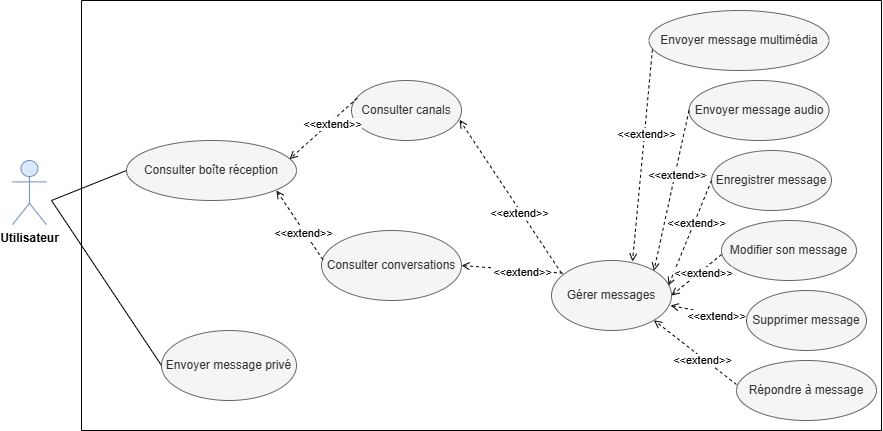
Above: Images/Diagramme cas d'utilisationMessagerie.png in rihab-dev/Rapport-PFE (draw.io), before the change. Source tidied: cells renumbered, new cells last; positions are measured from the earlier drawing's top-left corner, leaving out a move shared by most shapes.
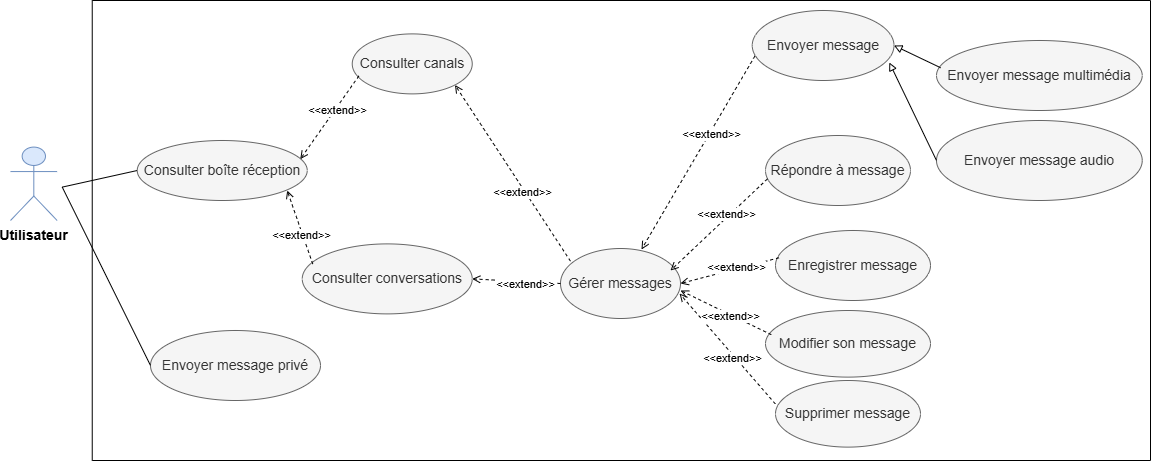
After the commit.

Diff of the diagram source:
```diff
@@ -2,118 +2,129 @@
   <root>
     <mxCell id="0" />
     <mxCell id="1" parent="0" />
-    <mxCell id="2" style="swimlane;startSize=0;" parent="1" vertex="1">
-      <mxGeometry x="69" width="800" height="430" as="geometry" />
-    </mxCell>
+    <mxCell id="37" style="swimlane;startSize=0;" parent="1" vertex="1">
+      <mxGeometry x="81.7" y="13.4" width="1058.3" height="460" as="geometry" />
+    </mxCell>
-    <mxCell id="3" value="Consulter canals" style="ellipse;whiteSpace=wrap;html=1;fillColor=#f5f5f5;fontColor=#333333;strokeColor=#666666;" parent="2" vertex="1">
-      <mxGeometry x="270" y="80" width="110" height="60" as="geometry" />
+    <mxCell id="3" value="&lt;font style=&quot;font-size: 14px;&quot;&gt;Consulter canals&lt;/font&gt;" style="ellipse;whiteSpace=wrap;html=1;fillColor=#f5f5f5;fontColor=#333333;strokeColor=#666666;" parent="37" vertex="1">
+      <mxGeometry x="260" y="33.4" width="120" height="60" as="geometry" />
     </mxCell>
-    <mxCell id="4" value="&lt;p&gt;Consulter boîte réception&lt;/p&gt;" style="ellipse;whiteSpace=wrap;html=1;fillColor=#f5f5f5;fontColor=#333333;strokeColor=#666666;" parent="2" vertex="1">
+    <mxCell id="4" value="&lt;p&gt;&lt;font style=&quot;font-size: 14px;&quot;&gt;Consulter boîte réception&lt;/font&gt;&lt;/p&gt;" style="ellipse;whiteSpace=wrap;html=1;fillColor=#f5f5f5;fontColor=#333333;strokeColor=#666666;" parent="37" vertex="1">
       <mxGeometry x="45" y="140" width="170" height="60" as="geometry" />
     </mxCell>
-    <mxCell id="5" value="Répondre à message" style="ellipse;whiteSpace=wrap;html=1;fillColor=#f5f5f5;fontColor=#333333;strokeColor=#666666;" parent="2" vertex="1">
-      <mxGeometry x="655" y="360" width="140" height="60" as="geometry" />
-    </mxCell>
-    <mxCell id="6" value="Modifier son message" style="ellipse;whiteSpace=wrap;html=1;fillColor=#f5f5f5;fontColor=#333333;strokeColor=#666666;" parent="2" vertex="1">
-      <mxGeometry x="640" y="220" width="135" height="60" as="geometry" />
+    <mxCell id="6" value="&lt;font style=&quot;font-size: 14px;&quot;&gt;Modifier son message&lt;/font&gt;" style="ellipse;whiteSpace=wrap;html=1;fillColor=#f5f5f5;fontColor=#333333;strokeColor=#666666;" parent="37" vertex="1">
+      <mxGeometry x="673.3" y="310" width="165" height="66.6" as="geometry" />
     </mxCell>
-    <mxCell id="7" value="Supprimer message" style="ellipse;whiteSpace=wrap;html=1;fillColor=#f5f5f5;fontColor=#333333;strokeColor=#666666;" parent="2" vertex="1">
-      <mxGeometry x="665" y="290" width="120" height="60" as="geometry" />
+    <mxCell id="7" value="&lt;font style=&quot;font-size: 14px;&quot;&gt;Supprimer message&lt;/font&gt;" style="ellipse;whiteSpace=wrap;html=1;fillColor=#f5f5f5;fontColor=#333333;strokeColor=#666666;" parent="37" vertex="1">
+      <mxGeometry x="683.3" y="380" width="145" height="66.6" as="geometry" />
     </mxCell>
-    <mxCell id="8" value="Consulter conversations" style="ellipse;whiteSpace=wrap;html=1;fillColor=#f5f5f5;fontColor=#333333;strokeColor=#666666;" parent="2" vertex="1">
-      <mxGeometry x="240" y="230" width="140" height="70" as="geometry" />
+    <mxCell id="8" value="&lt;font style=&quot;font-size: 14px;&quot;&gt;Consulter conversations&lt;/font&gt;" style="ellipse;whiteSpace=wrap;html=1;fillColor=#f5f5f5;fontColor=#333333;strokeColor=#666666;" parent="37" vertex="1">
+      <mxGeometry x="210" y="243.4" width="170" height="70" as="geometry" />
     </mxCell>
-    <mxCell id="9" value="Enregistrer message" style="ellipse;whiteSpace=wrap;html=1;fillColor=#f5f5f5;fontColor=#333333;strokeColor=#666666;" parent="2" vertex="1">
-      <mxGeometry x="630" y="150" width="120" height="60" as="geometry" />
+    <mxCell id="9" value="&lt;font style=&quot;font-size: 14px;&quot;&gt;Enregistrer message&lt;/font&gt;" style="ellipse;whiteSpace=wrap;html=1;fillColor=#f5f5f5;fontColor=#333333;strokeColor=#666666;" parent="37" vertex="1">
+      <mxGeometry x="683.3" y="230" width="155" height="70" as="geometry" />
     </mxCell>
-    <mxCell id="10" value="Envoyer message privé" style="ellipse;whiteSpace=wrap;html=1;fillColor=#f5f5f5;fontColor=#333333;strokeColor=#666666;" parent="2" vertex="1">
-      <mxGeometry x="80" y="330" width="135" height="70" as="geometry" />
+    <mxCell id="10" value="&lt;font style=&quot;font-size: 14px;&quot;&gt;Envoyer message privé&lt;/font&gt;" style="ellipse;whiteSpace=wrap;html=1;fillColor=#f5f5f5;fontColor=#333333;strokeColor=#666666;" parent="37" vertex="1">
+      <mxGeometry x="58.3" y="330" width="170" height="70" as="geometry" />
     </mxCell>
-    <mxCell id="11" value="Gérer messages" style="ellipse;whiteSpace=wrap;html=1;fillColor=#f5f5f5;fontColor=#333333;strokeColor=#666666;" parent="2" vertex="1">
-      <mxGeometry x="470" y="260" width="120" height="70" as="geometry" />
+    <mxCell id="11" value="&lt;font style=&quot;font-size: 14px;&quot;&gt;Gérer messages&lt;/font&gt;" style="ellipse;whiteSpace=wrap;html=1;fillColor=#f5f5f5;fontColor=#333333;strokeColor=#666666;" parent="37" vertex="1">
+      <mxGeometry x="468.3" y="248" width="120" height="70" as="geometry" />
     </mxCell>
-    <mxCell id="12" style="endArrow=open;html=1;rounded=0;exitX=0.083;exitY=0.181;exitDx=0;exitDy=0;endFill=0;dashed=1;exitPerimeter=0;entryX=0.982;entryY=0.656;entryDx=0;entryDy=0;entryPerimeter=0;" parent="2" edge="1" source="11" target="3">
+    <mxCell id="12" style="endArrow=open;html=1;rounded=0;exitX=0.083;exitY=0.181;exitDx=0;exitDy=0;endFill=0;dashed=1;exitPerimeter=0;entryX=1;entryY=1;entryDx=0;entryDy=0;" parent="37" edge="1" source="11" target="3">
       <mxGeometry relative="1" as="geometry" />
     </mxCell>
-    <mxCell id="13" value="&amp;lt;&amp;lt;extend&amp;gt;&amp;gt;" style="edgeLabel;html=1;align=center;verticalAlign=middle;" parent="12" vertex="1">
-      <mxGeometry x="-0.2" y="2" relative="1" as="geometry" />
-    </mxCell>
+    <mxCell id="38" value="&amp;lt;&amp;lt;extend&amp;gt;&amp;gt;" style="edgeLabel;html=1;align=center;verticalAlign=middle;" parent="12" vertex="1">
+      <mxGeometry x="-0.2" y="2" relative="1" as="geometry" />
+    </mxCell>
-    <mxCell id="14" style="endArrow=open;html=1;rounded=0;endFill=0;dashed=1;entryX=1;entryY=0.5;entryDx=0;entryDy=0;exitX=0.094;exitY=0.181;exitDx=0;exitDy=0;exitPerimeter=0;" parent="2" edge="1" source="11" target="8">
+    <mxCell id="14" style="endArrow=open;html=1;rounded=0;endFill=0;dashed=1;entryX=1;entryY=0.5;entryDx=0;entryDy=0;exitX=0;exitY=0.5;exitDx=0;exitDy=0;" parent="37" edge="1" source="11" target="8">
       <mxGeometry relative="1" as="geometry" />
     </mxCell>
-    <mxCell id="15" value="&amp;lt;&amp;lt;extend&amp;gt;&amp;gt;" style="edgeLabel;html=1;align=center;verticalAlign=middle;" parent="14" vertex="1">
-      <mxGeometry x="-0.2" y="2" relative="1" as="geometry" />
-    </mxCell>
+    <mxCell id="39" value="&amp;lt;&amp;lt;extend&amp;gt;&amp;gt;" style="edgeLabel;html=1;align=center;verticalAlign=middle;" parent="14" vertex="1">
+      <mxGeometry x="-0.2" y="2" relative="1" as="geometry" />
+    </mxCell>
-    <mxCell id="16" style="endArrow=open;html=1;rounded=0;exitX=0.052;exitY=0.294;exitDx=0;exitDy=0;endFill=0;dashed=1;exitPerimeter=0;entryX=0.959;entryY=0.311;entryDx=0;entryDy=0;entryPerimeter=0;" parent="2" edge="1" source="3" target="4">
+    <mxCell id="16" style="endArrow=open;html=1;rounded=0;exitX=0.055;exitY=0.701;exitDx=0;exitDy=0;endFill=0;dashed=1;entryX=0.959;entryY=0.311;entryDx=0;entryDy=0;entryPerimeter=0;exitPerimeter=0;" parent="37" edge="1" source="3" target="4">
       <mxGeometry relative="1" as="geometry" />
     </mxCell>
-    <mxCell id="17" value="&amp;lt;&amp;lt;extend&amp;gt;&amp;gt;" style="edgeLabel;html=1;align=center;verticalAlign=middle;" parent="16" vertex="1">
-      <mxGeometry x="-0.2" y="2" relative="1" as="geometry" />
-    </mxCell>
+    <mxCell id="40" value="&amp;lt;&amp;lt;extend&amp;gt;&amp;gt;" style="edgeLabel;html=1;align=center;verticalAlign=middle;" parent="16" vertex="1">
+      <mxGeometry x="-0.2" y="2" relative="1" as="geometry" />
+    </mxCell>
-    <mxCell id="18" style="endArrow=open;html=1;rounded=0;exitX=0.01;exitY=0.417;exitDx=0;exitDy=0;endFill=0;dashed=1;entryX=0.882;entryY=0.833;entryDx=0;entryDy=0;entryPerimeter=0;exitPerimeter=0;" parent="2" edge="1" source="8" target="4">
+    <mxCell id="18" style="endArrow=open;html=1;rounded=0;exitX=0.062;exitY=0.288;exitDx=0;exitDy=0;endFill=0;dashed=1;entryX=0.882;entryY=0.833;entryDx=0;entryDy=0;entryPerimeter=0;exitPerimeter=0;" parent="37" edge="1" source="8" target="4">
       <mxGeometry relative="1" as="geometry" />
     </mxCell>
-    <mxCell id="19" value="&amp;lt;&amp;lt;extend&amp;gt;&amp;gt;" style="edgeLabel;html=1;align=center;verticalAlign=middle;" parent="18" vertex="1">
-      <mxGeometry x="-0.2" y="2" relative="1" as="geometry" />
-    </mxCell>
+    <mxCell id="41" value="&amp;lt;&amp;lt;extend&amp;gt;&amp;gt;" style="edgeLabel;html=1;align=center;verticalAlign=middle;" parent="18" vertex="1">
+      <mxGeometry x="-0.2" y="2" relative="1" as="geometry" />
+    </mxCell>
+    <mxCell id="42" value="&lt;font style=&quot;font-size: 14px;&quot;&gt;Envoyer message&lt;/font&gt;" style="ellipse;whiteSpace=wrap;html=1;fillColor=#f5f5f5;fontColor=#333333;strokeColor=#666666;" parent="37" vertex="1">
+      <mxGeometry x="660" y="10" width="141.7" height="70" as="geometry" />
+    </mxCell>
+    <mxCell id="43" style="endArrow=open;html=1;rounded=0;exitX=0.019;exitY=0.65;exitDx=0;exitDy=0;endFill=0;dashed=1;exitPerimeter=0;entryX=0.675;entryY=0.014;entryDx=0;entryDy=0;entryPerimeter=0;" parent="37" edge="1" source="42" target="11">
+      <mxGeometry relative="1" as="geometry" />
+    </mxCell>
+    <mxCell id="44" value="&amp;lt;&amp;lt;extend&amp;gt;&amp;gt;" style="edgeLabel;html=1;align=center;verticalAlign=middle;" parent="43" vertex="1">
+      <mxGeometry x="-0.2" y="2" relative="1" as="geometry" />
+    </mxCell>
+    <mxCell id="30" style="endArrow=open;html=1;rounded=0;exitX=-0.001;exitY=0.352;exitDx=0;exitDy=0;endFill=0;dashed=1;entryX=0.992;entryY=0.643;entryDx=0;entryDy=0;entryPerimeter=0;exitPerimeter=0;" parent="37" edge="1" source="7" target="11">
+      <mxGeometry relative="1" as="geometry" />
+    </mxCell>
+    <mxCell id="45" value="&amp;lt;&amp;lt;extend&amp;gt;&amp;gt;" style="edgeLabel;html=1;align=center;verticalAlign=middle;" parent="30" vertex="1">
+      <mxGeometry x="-0.2" y="2" relative="1" as="geometry">
+        <mxPoint x="-4" y="-3" as="offset" />
+      </mxGeometry>
+    </mxCell>
+    <mxCell id="21" value="&lt;span style=&quot;font-size: 14px;&quot;&gt;Envoyer message multimédia&lt;/span&gt;" style="ellipse;whiteSpace=wrap;html=1;fillColor=#f5f5f5;fontColor=#333333;strokeColor=#666666;" parent="37" vertex="1">
+      <mxGeometry x="844.3" y="40" width="205.7" height="70" as="geometry" />
+    </mxCell>
-    <mxCell id="20" value="Envoyer message audio" style="ellipse;whiteSpace=wrap;html=1;fillColor=#f5f5f5;fontColor=#333333;strokeColor=#666666;" parent="2" vertex="1">
-      <mxGeometry x="607.5" y="80" width="140" height="60" as="geometry" />
+    <mxCell id="20" value="&lt;span style=&quot;font-size: 14px;&quot;&gt;Envoyer message audio&lt;/span&gt;" style="ellipse;whiteSpace=wrap;html=1;fillColor=#f5f5f5;fontColor=#333333;strokeColor=#666666;" parent="37" vertex="1">
+      <mxGeometry x="844.3" y="120" width="205.7" height="80" as="geometry" />
     </mxCell>
-    <mxCell id="21" value="Envoyer message multimédia" style="ellipse;whiteSpace=wrap;html=1;fillColor=#f5f5f5;fontColor=#333333;strokeColor=#666666;" parent="2" vertex="1">
-      <mxGeometry x="567.5" y="10" width="180" height="60" as="geometry" />
-    </mxCell>
-    <mxCell id="22" style="endArrow=open;html=1;rounded=0;exitX=0.019;exitY=0.65;exitDx=0;exitDy=0;endFill=0;dashed=1;exitPerimeter=0;entryX=0.675;entryY=0.014;entryDx=0;entryDy=0;entryPerimeter=0;" parent="2" edge="1" source="21" target="11">
-      <mxGeometry relative="1" as="geometry" />
-    </mxCell>
-    <mxCell id="23" value="&amp;lt;&amp;lt;extend&amp;gt;&amp;gt;" style="edgeLabel;html=1;align=center;verticalAlign=middle;" parent="22" vertex="1">
-      <mxGeometry x="-0.2" y="2" relative="1" as="geometry" />
-    </mxCell>
-    <mxCell id="24" style="endArrow=open;html=1;rounded=0;exitX=0;exitY=0.5;exitDx=0;exitDy=0;endFill=0;dashed=1;entryX=1;entryY=0;entryDx=0;entryDy=0;" parent="2" edge="1" source="20" target="11">
-      <mxGeometry relative="1" as="geometry" />
-    </mxCell>
-    <mxCell id="25" value="&amp;lt;&amp;lt;extend&amp;gt;&amp;gt;" style="edgeLabel;html=1;align=center;verticalAlign=middle;" parent="24" vertex="1">
-      <mxGeometry x="-0.2" y="2" relative="1" as="geometry" />
-    </mxCell>
+    <mxCell id="46" style="endArrow=block;html=1;rounded=0;endFill=0;entryX=1;entryY=0.5;entryDx=0;entryDy=0;exitX=0.02;exitY=0.389;exitDx=0;exitDy=0;exitPerimeter=0;" parent="37" edge="1" source="21" target="42">
+      <mxGeometry relative="1" as="geometry" />
+    </mxCell>
+    <mxCell id="47" style="endArrow=block;html=1;rounded=0;endFill=0;entryX=0.967;entryY=0.743;entryDx=0;entryDy=0;exitX=0;exitY=0.5;exitDx=0;exitDy=0;entryPerimeter=0;" parent="37" edge="1" source="20" target="42">
+      <mxGeometry relative="1" as="geometry" />
+    </mxCell>
+    <mxCell id="5" value="&lt;font style=&quot;font-size: 14px;&quot;&gt;Répondre à message&lt;/font&gt;" style="ellipse;whiteSpace=wrap;html=1;fillColor=#f5f5f5;fontColor=#333333;strokeColor=#666666;" parent="37" vertex="1">
+      <mxGeometry x="673.3" y="135" width="145" height="70" as="geometry" />
+    </mxCell>
+    <mxCell id="48" style="endArrow=open;html=1;rounded=0;exitX=0.035;exitY=0.363;exitDx=0;exitDy=0;endFill=0;dashed=1;exitPerimeter=0;" parent="37" edge="1" source="6">
+      <mxGeometry relative="1" as="geometry">
+        <mxPoint x="588.3" y="290" as="targetPoint" />
+      </mxGeometry>
+    </mxCell>
+    <mxCell id="49" value="&amp;lt;&amp;lt;extend&amp;gt;&amp;gt;" style="edgeLabel;html=1;align=center;verticalAlign=middle;" parent="48" vertex="1">
+      <mxGeometry x="-0.2" y="2" relative="1" as="geometry">
+        <mxPoint x="-4" y="-3" as="offset" />
+      </mxGeometry>
+    </mxCell>
-    <mxCell id="26" style="endArrow=open;html=1;rounded=0;exitX=0;exitY=0.5;exitDx=0;exitDy=0;endFill=0;dashed=1;entryX=0.975;entryY=0.357;entryDx=0;entryDy=0;entryPerimeter=0;" parent="2" edge="1" source="9" target="11">
+    <mxCell id="26" style="endArrow=open;html=1;rounded=0;exitX=0.022;exitY=0.39;exitDx=0;exitDy=0;endFill=0;dashed=1;entryX=1;entryY=0.5;entryDx=0;entryDy=0;entryPerimeter=0;exitPerimeter=0;" parent="37" edge="1" source="9" target="11">
       <mxGeometry relative="1" as="geometry" />
     </mxCell>
-    <mxCell id="27" value="&amp;lt;&amp;lt;extend&amp;gt;&amp;gt;" style="edgeLabel;html=1;align=center;verticalAlign=middle;" parent="26" vertex="1">
-      <mxGeometry x="-0.2" y="2" relative="1" as="geometry" />
-    </mxCell>
-    <mxCell id="28" style="endArrow=open;html=1;rounded=0;exitX=0.083;exitY=0.181;exitDx=0;exitDy=0;endFill=0;dashed=1;exitPerimeter=0;entryX=1;entryY=0.5;entryDx=0;entryDy=0;" parent="2" edge="1" target="11">
-      <mxGeometry relative="1" as="geometry">
-        <mxPoint x="640" y="254" as="sourcePoint" />
-      </mxGeometry>
-    </mxCell>
-    <mxCell id="29" value="&amp;lt;&amp;lt;extend&amp;gt;&amp;gt;" style="edgeLabel;html=1;align=center;verticalAlign=middle;" parent="28" vertex="1">
-      <mxGeometry x="-0.2" y="2" relative="1" as="geometry" />
-    </mxCell>
-    <mxCell id="30" style="endArrow=open;html=1;rounded=0;exitX=0;exitY=0.5;exitDx=0;exitDy=0;endFill=0;dashed=1;entryX=0.992;entryY=0.643;entryDx=0;entryDy=0;entryPerimeter=0;" parent="2" edge="1" source="7" target="11">
-      <mxGeometry relative="1" as="geometry" />
-    </mxCell>
-    <mxCell id="31" value="&amp;lt;&amp;lt;extend&amp;gt;&amp;gt;" style="edgeLabel;html=1;align=center;verticalAlign=middle;" parent="30" vertex="1">
-      <mxGeometry x="-0.2" y="2" relative="1" as="geometry" />
-    </mxCell>
-    <mxCell id="32" style="endArrow=open;html=1;rounded=0;exitX=0.083;exitY=0.181;exitDx=0;exitDy=0;endFill=0;dashed=1;exitPerimeter=0;entryX=1;entryY=1;entryDx=0;entryDy=0;" parent="2" edge="1" target="11">
-      <mxGeometry relative="1" as="geometry">
-        <mxPoint x="655" y="384" as="sourcePoint" />
-      </mxGeometry>
-    </mxCell>
-    <mxCell id="33" value="&amp;lt;&amp;lt;extend&amp;gt;&amp;gt;" style="edgeLabel;html=1;align=center;verticalAlign=middle;" parent="32" vertex="1">
-      <mxGeometry x="-0.2" y="2" relative="1" as="geometry" />
-    </mxCell>
+    <mxCell id="50" value="&amp;lt;&amp;lt;extend&amp;gt;&amp;gt;" style="edgeLabel;html=1;align=center;verticalAlign=middle;" parent="26" vertex="1">
+      <mxGeometry x="-0.2" y="2" relative="1" as="geometry">
+        <mxPoint x="-4" y="-3" as="offset" />
+      </mxGeometry>
+    </mxCell>
+    <mxCell id="51" style="endArrow=open;html=1;rounded=0;exitX=0.014;exitY=0.619;exitDx=0;exitDy=0;endFill=0;dashed=1;entryX=0.992;entryY=0.643;entryDx=0;entryDy=0;entryPerimeter=0;exitPerimeter=0;" parent="37" edge="1" source="5">
+      <mxGeometry relative="1" as="geometry">
+        <mxPoint x="578.3" y="270" as="targetPoint" />
+      </mxGeometry>
+    </mxCell>
+    <mxCell id="52" value="&amp;lt;&amp;lt;extend&amp;gt;&amp;gt;" style="edgeLabel;html=1;align=center;verticalAlign=middle;" parent="51" vertex="1">
+      <mxGeometry x="-0.2" y="2" relative="1" as="geometry">
+        <mxPoint x="-4" y="-3" as="offset" />
+      </mxGeometry>
+    </mxCell>
-    <mxCell id="34" value="&lt;b&gt;Utilisateur&lt;/b&gt;" style="shape=umlActor;verticalLabelPosition=bottom;verticalAlign=top;html=1;fillColor=#dae8fc;strokeColor=#6c8ebf;" parent="1" vertex="1">
-      <mxGeometry y="160" width="33.9" height="64.2" as="geometry" />
+    <mxCell id="34" value="&lt;b&gt;&lt;font style=&quot;font-size: 14px;&quot;&gt;Utilisateur&lt;/font&gt;&lt;/b&gt;" style="shape=umlActor;verticalLabelPosition=bottom;verticalAlign=top;html=1;fillColor=#dae8fc;strokeColor=#6c8ebf;" parent="1" vertex="1">
+      <mxGeometry y="160" width="46.6" height="73.4" as="geometry" />
     </mxCell>
-    <mxCell id="35" style="endArrow=none;html=1;rounded=0;entryX=0;entryY=0.5;entryDx=0;entryDy=0;" parent="1" edge="1" target="4">
-      <mxGeometry relative="1" as="geometry">
-        <mxPoint x="39" y="200" as="sourcePoint" />
-      </mxGeometry>
-    </mxCell>
-    <mxCell id="36" style="endArrow=none;html=1;rounded=0;entryX=0;entryY=0.5;entryDx=0;entryDy=0;" parent="1" edge="1" target="10">
-      <mxGeometry relative="1" as="geometry">
-        <mxPoint x="39" y="200" as="sourcePoint" />
-      </mxGeometry>
-    </mxCell>
+    <mxCell id="53" style="endArrow=none;html=1;rounded=0;entryX=0;entryY=0.5;entryDx=0;entryDy=0;" parent="1" edge="1" target="4">
+      <mxGeometry relative="1" as="geometry">
+        <mxPoint x="51.7" y="200" as="sourcePoint" />
+      </mxGeometry>
+    </mxCell>
+    <mxCell id="54" style="endArrow=none;html=1;rounded=0;entryX=0;entryY=0.5;entryDx=0;entryDy=0;" parent="1" edge="1" target="10">
+      <mxGeometry relative="1" as="geometry">
+        <mxPoint x="51.7" y="200" as="sourcePoint" />
+      </mxGeometry>
+    </mxCell>
   </root>
 </mxGraphModel>
```
